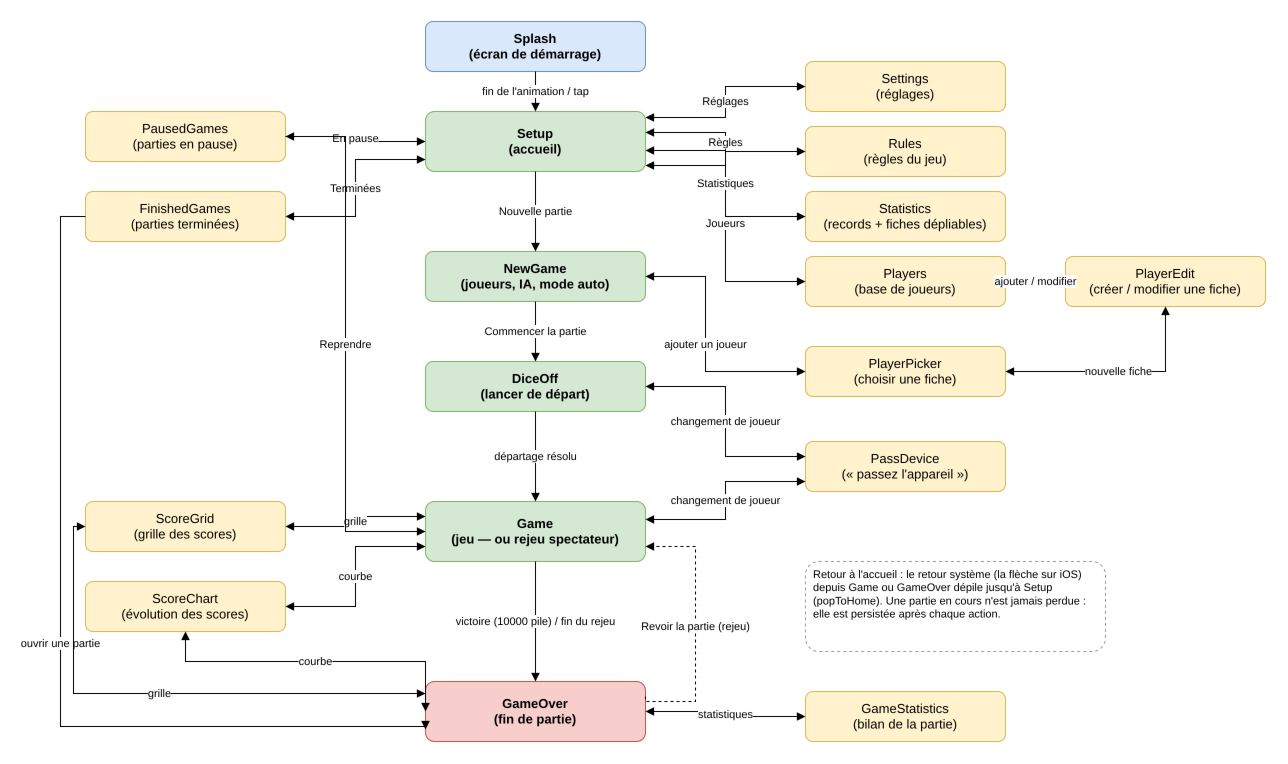
Before: docs/screen-flow.png, a diagram exported from draw.io (microscotch/tenk). Source tidied: cells renumbered, new cells last; positions are measured from the earlier drawing's top-left corner, leaving out a move shared by most shapes.
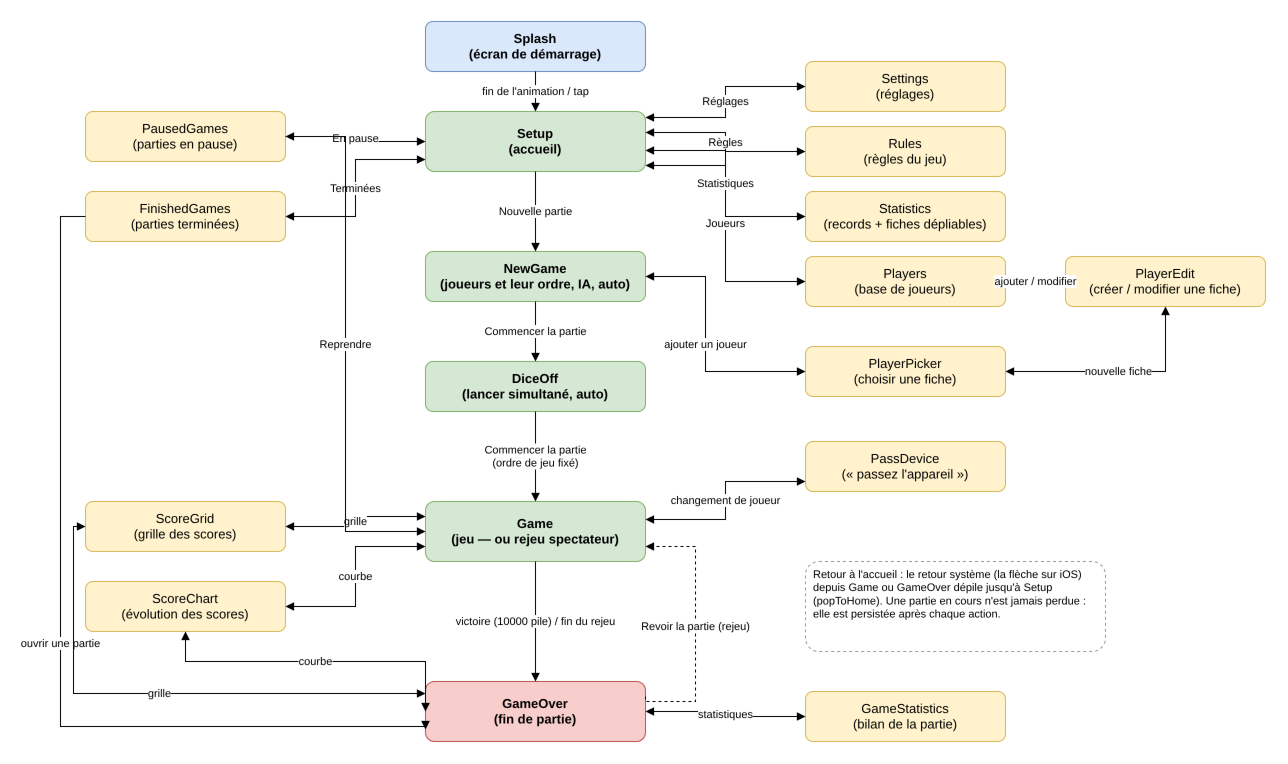
Later version of the same file.

The edit, as a diff of the source:
```diff
@@ -29,13 +29,13 @@
     <mxCell id="10" value="PlayerEdit&#10;(créer / modifier une fiche)" style="rounded=1;whiteSpace=wrap;html=1;fillColor=#fff2cc;strokeColor=#d6b656;fontSize=13;" parent="1" vertex="1">
       <mxGeometry x="1005" y="235" width="200" height="50" as="geometry" />
     </mxCell>
-    <mxCell id="11" value="NewGame&#10;(joueurs, IA, mode auto)" style="rounded=1;whiteSpace=wrap;html=1;fillColor=#d5e8d4;strokeColor=#82b366;fontSize=13;fontStyle=1;" parent="1" vertex="1">
+    <mxCell id="11" value="NewGame&#10;(joueurs et leur ordre, IA, auto)" style="rounded=1;whiteSpace=wrap;html=1;fillColor=#d5e8d4;strokeColor=#82b366;fontSize=13;fontStyle=1;" parent="1" vertex="1">
       <mxGeometry x="365" y="230" width="220" height="50" as="geometry" />
     </mxCell>
     <mxCell id="12" value="PlayerPicker&#10;(choisir une fiche)" style="rounded=1;whiteSpace=wrap;html=1;fillColor=#fff2cc;strokeColor=#d6b656;fontSize=13;" parent="1" vertex="1">
       <mxGeometry x="745" y="325" width="200" height="50" as="geometry" />
     </mxCell>
-    <mxCell id="13" value="DiceOff&#10;(lancer de départ)" style="rounded=1;whiteSpace=wrap;html=1;fillColor=#d5e8d4;strokeColor=#82b366;fontSize=13;fontStyle=1;" parent="1" vertex="1">
+    <mxCell id="13" value="DiceOff&#10;(lancer simultané, auto)" style="rounded=1;whiteSpace=wrap;html=1;fillColor=#d5e8d4;strokeColor=#82b366;fontSize=13;fontStyle=1;" parent="1" vertex="1">
       <mxGeometry x="365" y="340" width="220" height="50" as="geometry" />
     </mxCell>
     <mxCell id="14" value="PassDevice&#10;(« passez l'appareil »)" style="rounded=1;whiteSpace=wrap;html=1;fillColor=#fff2cc;strokeColor=#d6b656;fontSize=13;" parent="1" vertex="1">
@@ -100,10 +100,7 @@
     <mxCell id="32" value="Commencer la partie" style="edgeStyle=orthogonalEdgeStyle;rounded=0;html=1;fontSize=11;endArrow=block;endFill=1;" parent="1" edge="1" source="11" target="13">
       <mxGeometry relative="1" as="geometry" />
     </mxCell>
-    <mxCell id="33" value="changement de joueur" style="edgeStyle=orthogonalEdgeStyle;rounded=0;html=1;fontSize=11;startArrow=block;startFill=1;endArrow=block;endFill=1;exitX=1;exitY=0.5;entryX=0;entryY=0.3;" parent="1" edge="1" source="13" target="14">
-      <mxGeometry relative="1" as="geometry" />
-    </mxCell>
-    <mxCell id="34" value="départage résolu" style="edgeStyle=orthogonalEdgeStyle;rounded=0;html=1;fontSize=11;endArrow=block;endFill=1;" parent="1" edge="1" source="13" target="15">
+    <mxCell id="34" value="Commencer la partie&#10;(ordre de jeu fixé)" style="edgeStyle=orthogonalEdgeStyle;rounded=0;html=1;fontSize=11;endArrow=block;endFill=1;" parent="1" edge="1" source="13" target="15">
       <mxGeometry relative="1" as="geometry" />
     </mxCell>
     <mxCell id="35" value="changement de joueur" style="edgeStyle=orthogonalEdgeStyle;rounded=0;html=1;fontSize=11;startArrow=block;startFill=1;endArrow=block;endFill=1;exitX=1;exitY=0.3;entryX=0;entryY=0.8;" parent="1" edge="1" source="15" target="14">
```
